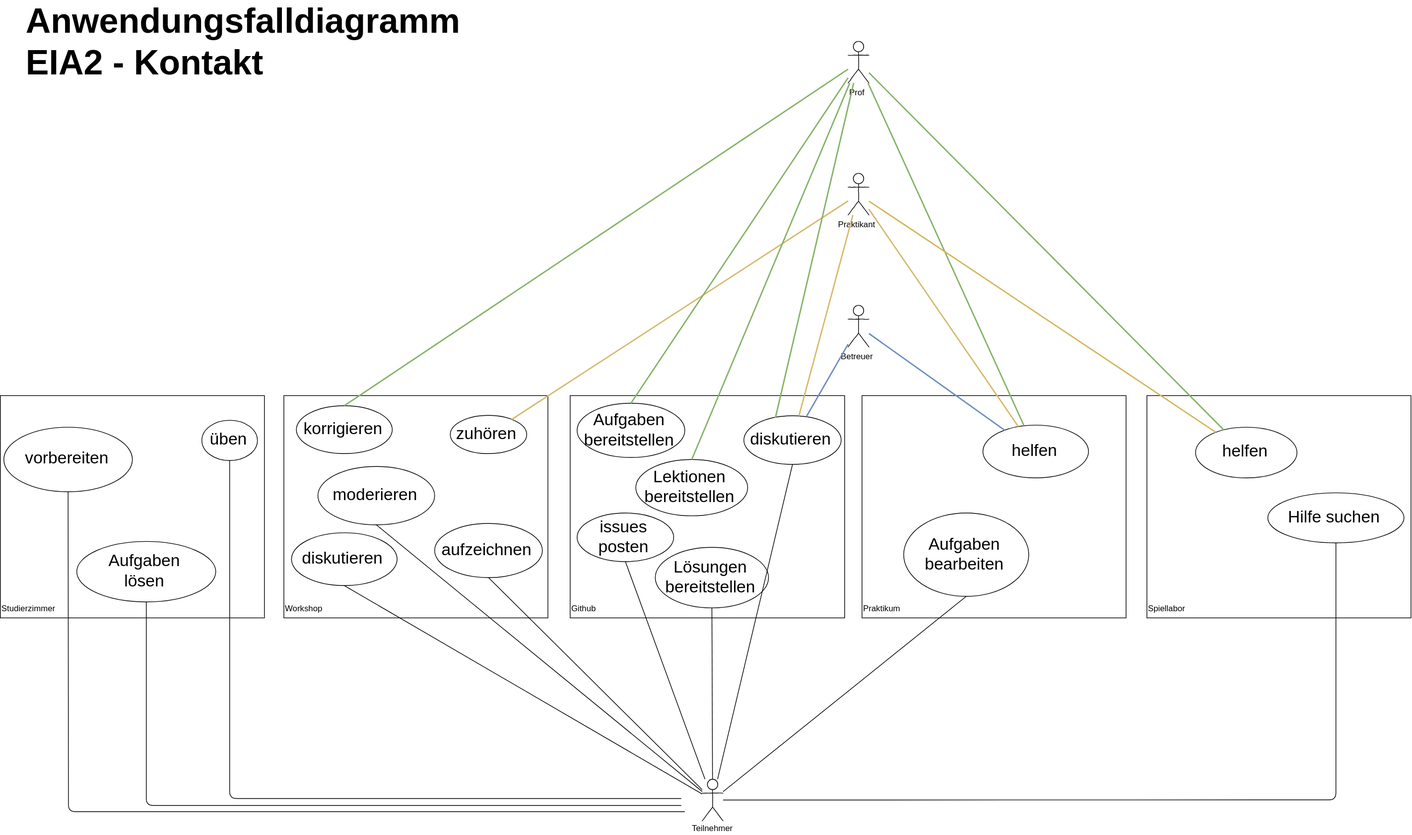
Before: X01_Appendix/UML/UCD_EIA2-Contact.svg, a diagram exported from draw.io (JirkaDellOro/EIA2-Inverted). Source tidied: cells renumbered, new cells last; positions are measured from the earlier drawing's top-left corner, leaving out a move shared by most shapes. Source of this version:
```xml
<mxGraphModel>
  <root>
    <mxCell id="0" />
    <mxCell id="1" parent="0" />
    <mxCell id="2" value="Praktikum" style="rounded=0;whiteSpace=wrap;html=1;align=left;verticalAlign=bottom;" parent="1" vertex="1">
      <mxGeometry x="1240" y="520" width="380" height="320" as="geometry" />
    </mxCell>
    <mxCell id="3" value="Workshop" style="rounded=0;whiteSpace=wrap;html=1;align=left;verticalAlign=bottom;" parent="1" vertex="1">
      <mxGeometry x="408" y="520" width="380" height="320" as="geometry" />
    </mxCell>
    <mxCell id="4" value="Praktikant" style="shape=umlActor;verticalLabelPosition=bottom;labelBackgroundColor=#ffffff;verticalAlign=top;html=1;rounded=1;shadow=0;comic=1;strokeWidth=1;comic=1;" parent="1" vertex="1">
      <mxGeometry x="1220" y="200" width="30" height="60" as="geometry" />
    </mxCell>
    <mxCell id="5" value="Prof" style="shape=umlActor;verticalLabelPosition=bottom;labelBackgroundColor=#ffffff;verticalAlign=top;html=1;rounded=1;shadow=0;comic=1;strokeWidth=1;comic=1;" parent="1" vertex="1">
      <mxGeometry x="1220" y="10" width="30" height="60" as="geometry" />
    </mxCell>
    <mxCell id="6" value="Betreuer" style="shape=umlActor;verticalLabelPosition=bottom;labelBackgroundColor=#ffffff;verticalAlign=top;html=1;rounded=1;shadow=0;comic=1;strokeWidth=1;comic=1;" parent="1" vertex="1">
      <mxGeometry x="1220" y="390" width="30" height="60" as="geometry" />
    </mxCell>
    <mxCell id="7" value="&lt;font style=&quot;font-size: 24px&quot;&gt;zuhören&lt;/font&gt;" style="ellipse;whiteSpace=wrap;html=1;rounded=1;shadow=0;strokeWidth=1;comic=1;" parent="1" vertex="1">
      <mxGeometry x="647.5" y="548.5" width="110" height="55" as="geometry" />
    </mxCell>
    <mxCell id="8" value="&lt;font style=&quot;font-size: 24px&quot;&gt;korrigieren&lt;/font&gt;" style="ellipse;whiteSpace=wrap;html=1;rounded=1;shadow=0;strokeWidth=1;comic=1;" parent="1" vertex="1">
      <mxGeometry x="426" y="534.5" width="138" height="69" as="geometry" />
    </mxCell>
    <mxCell id="9" value="&lt;font style=&quot;font-size: 24px&quot;&gt;diskutieren&lt;/font&gt;" style="ellipse;whiteSpace=wrap;html=1;rounded=1;shadow=0;strokeWidth=1;comic=1;" parent="1" vertex="1">
      <mxGeometry x="419" y="717.5" width="152" height="76" as="geometry" />
    </mxCell>
    <mxCell id="10" value="&lt;font style=&quot;font-size: 24px&quot;&gt;moderieren&lt;/font&gt;" style="ellipse;whiteSpace=wrap;html=1;rounded=1;shadow=0;strokeWidth=1;comic=1;" parent="1" vertex="1">
      <mxGeometry x="457" y="622" width="168" height="84" as="geometry" />
    </mxCell>
    <mxCell id="11" value="&lt;font style=&quot;font-size: 24px&quot;&gt;helfen&lt;/font&gt;" style="ellipse;whiteSpace=wrap;html=1;rounded=1;shadow=0;strokeWidth=1;comic=1;" parent="1" vertex="1">
      <mxGeometry x="1414" y="562.5" width="152" height="76" as="geometry" />
    </mxCell>
    <mxCell id="12" value="&lt;font style=&quot;font-size: 24px&quot;&gt;Aufgaben bearbeiten&lt;/font&gt;" style="ellipse;whiteSpace=wrap;html=1;rounded=1;shadow=0;strokeWidth=1;comic=1;" parent="1" vertex="1">
      <mxGeometry x="1300" y="689" width="180" height="120" as="geometry" />
    </mxCell>
    <mxCell id="13" value="Spiellabor" style="rounded=0;whiteSpace=wrap;html=1;align=left;verticalAlign=bottom;" parent="1" vertex="1">
      <mxGeometry x="1650" y="520" width="380" height="320" as="geometry" />
    </mxCell>
    <mxCell id="14" value="&lt;font style=&quot;font-size: 24px&quot;&gt;helfen&lt;/font&gt;" style="ellipse;whiteSpace=wrap;html=1;rounded=1;shadow=0;strokeWidth=1;comic=1;" parent="1" vertex="1">
      <mxGeometry x="1720" y="565.5" width="146" height="73" as="geometry" />
    </mxCell>
    <mxCell id="15" value="&lt;font style=&quot;font-size: 24px&quot;&gt;Hilfe suchen&lt;/font&gt;" style="ellipse;whiteSpace=wrap;html=1;rounded=1;shadow=0;strokeWidth=1;comic=1;" parent="1" vertex="1">
      <mxGeometry x="1824" y="660" width="196" height="72" as="geometry" />
    </mxCell>
    <mxCell id="16" style="shape=umlActor;verticalLabelPosition=bottom;labelBackgroundColor=#ffffff;verticalAlign=top;html=1;rounded=1;shadow=0;comic=1;strokeWidth=1;comic=1;" parent="1" vertex="1">
      <mxGeometry x="1010" y="1072.2" width="30" height="60" as="geometry" />
    </mxCell>
    <mxCell id="17" value="Studierzimmer" style="rounded=0;whiteSpace=wrap;html=1;align=left;verticalAlign=bottom;" parent="1" vertex="1">
      <mxGeometry y="520" width="380" height="320" as="geometry" />
    </mxCell>
    <mxCell id="18" value="&lt;font style=&quot;font-size: 24px&quot;&gt;Aufgaben&lt;br&gt;lösen&lt;/font&gt;" style="ellipse;whiteSpace=wrap;html=1;rounded=1;shadow=0;strokeWidth=1;comic=1;" parent="1" vertex="1">
      <mxGeometry x="110" y="730" width="200" height="87" as="geometry" />
    </mxCell>
    <mxCell id="19" value="&lt;font style=&quot;font-size: 24px&quot;&gt;üben&lt;/font&gt;" style="ellipse;whiteSpace=wrap;html=1;rounded=1;shadow=0;strokeWidth=1;comic=1;" parent="1" vertex="1">
      <mxGeometry x="290" y="555.5" width="80" height="58" as="geometry" />
    </mxCell>
    <mxCell id="20" value="&lt;font style=&quot;font-size: 24px&quot;&gt;vorbereiten&lt;/font&gt;" style="ellipse;whiteSpace=wrap;html=1;rounded=1;shadow=0;strokeWidth=1;comic=1;" parent="1" vertex="1">
      <mxGeometry x="5" y="565.5" width="185" height="93" as="geometry" />
    </mxCell>
    <mxCell id="21" value="Github" style="rounded=0;whiteSpace=wrap;html=1;align=left;verticalAlign=bottom;" parent="1" vertex="1">
      <mxGeometry x="820" y="520" width="395" height="320" as="geometry" />
    </mxCell>
    <mxCell id="22" value="&lt;font style=&quot;font-size: 24px&quot;&gt;issues posten&lt;/font&gt;" style="ellipse;whiteSpace=wrap;html=1;rounded=1;shadow=0;strokeWidth=1;comic=1;" parent="1" vertex="1">
      <mxGeometry x="830" y="689" width="139" height="70" as="geometry" />
    </mxCell>
    <mxCell id="23" value="&lt;font style=&quot;font-size: 24px&quot;&gt;diskutieren&lt;/font&gt;" style="ellipse;whiteSpace=wrap;html=1;rounded=1;shadow=0;strokeWidth=1;comic=1;" parent="1" vertex="1">
      <mxGeometry x="1070" y="549" width="140" height="70" as="geometry" />
    </mxCell>
    <mxCell id="24" value="&lt;font style=&quot;font-size: 24px&quot;&gt;Lösungen bereitstellen&lt;/font&gt;" style="ellipse;whiteSpace=wrap;html=1;rounded=1;shadow=0;strokeWidth=1;comic=1;" parent="1" vertex="1">
      <mxGeometry x="942.5" y="738.5" width="163" height="87" as="geometry" />
    </mxCell>
    <mxCell id="25" value="&lt;font style=&quot;font-size: 24px&quot;&gt;Aufgaben bereitstellen&lt;/font&gt;" style="ellipse;whiteSpace=wrap;html=1;rounded=1;shadow=0;strokeWidth=1;comic=1;" parent="1" vertex="1">
      <mxGeometry x="830" y="531" width="155" height="78" as="geometry" />
    </mxCell>
    <mxCell id="26" style="endArrow=none;html=1;exitX=0.5;exitY=0;exitDx=0;exitDy=0;fillColor=#d5e8d4;strokeColor=#82b366;strokeWidth=2;" parent="1" edge="1" source="8" target="5">
      <mxGeometry relative="1" as="geometry" />
    </mxCell>
    <mxCell id="27" style="endArrow=none;html=1;fillColor=#d5e8d4;strokeColor=#82b366;strokeWidth=2;" parent="1" edge="1" source="11" target="5">
      <mxGeometry relative="1" as="geometry" />
    </mxCell>
    <mxCell id="28" style="endArrow=none;html=1;fillColor=#fff2cc;strokeColor=#D6B96B;strokeWidth=2;" parent="1" edge="1" source="11" target="4">
      <mxGeometry relative="1" as="geometry" />
    </mxCell>
    <mxCell id="29" style="endArrow=none;html=1;fillColor=#ffe6cc;strokeColor=#D6B96B;strokeWidth=2;" parent="1" edge="1" source="7" target="4">
      <mxGeometry relative="1" as="geometry" />
    </mxCell>
    <mxCell id="30" style="endArrow=none;html=1;exitX=0.324;exitY=0.042;exitDx=0;exitDy=0;exitPerimeter=0;fillColor=#d5e8d4;strokeColor=#82b366;strokeWidth=2;" parent="1" edge="1" source="23" target="5">
      <mxGeometry relative="1" as="geometry" />
    </mxCell>
    <mxCell id="31" style="endArrow=none;html=1;fillColor=#dae8fc;strokeColor=#6c8ebf;strokeWidth=2;" parent="1" edge="1" source="23" target="6">
      <mxGeometry relative="1" as="geometry" />
    </mxCell>
    <mxCell id="32" style="endArrow=none;html=1;fillColor=#ffe6cc;strokeColor=#D6B96B;strokeWidth=2;" parent="1" edge="1" source="23" target="4">
      <mxGeometry relative="1" as="geometry" />
    </mxCell>
    <mxCell id="33" value="Teilnehmer" style="text;html=1;strokeColor=none;fillColor=none;align=center;verticalAlign=middle;whiteSpace=wrap;rounded=0;" parent="1" vertex="1">
      <mxGeometry x="1004" y="1132" width="40" height="20" as="geometry" />
    </mxCell>
    <mxCell id="34" style="endArrow=none;html=1;entryX=0.5;entryY=1;entryDx=0;entryDy=0;" parent="1" edge="1" source="16" target="10">
      <mxGeometry relative="1" as="geometry" />
    </mxCell>
    <mxCell id="35" style="endArrow=none;html=1;exitX=0.5;exitY=1;exitDx=0;exitDy=0;" parent="1" edge="1" source="20">
      <mxGeometry relative="1" as="geometry">
        <mxPoint x="985" y="1119" as="targetPoint" />
        <Array as="points">
          <mxPoint x="98" y="1119" />
        </Array>
      </mxGeometry>
    </mxCell>
    <mxCell id="36" style="endArrow=none;html=1;entryX=0.5;entryY=1;entryDx=0;entryDy=0;" parent="1" edge="1" source="16" target="12">
      <mxGeometry relative="1" as="geometry" />
    </mxCell>
    <mxCell id="37" style="endArrow=none;html=1;entryX=0.5;entryY=1;entryDx=0;entryDy=0;" parent="1" edge="1" source="16" target="23">
      <mxGeometry relative="1" as="geometry" />
    </mxCell>
    <mxCell id="38" style="endArrow=none;html=1;entryX=0.5;entryY=1;entryDx=0;entryDy=0;" parent="1" edge="1" source="16" target="24">
      <mxGeometry relative="1" as="geometry" />
    </mxCell>
    <mxCell id="39" style="endArrow=none;html=1;entryX=0.5;entryY=1;entryDx=0;entryDy=0;" parent="1" edge="1" source="16" target="22">
      <mxGeometry relative="1" as="geometry" />
    </mxCell>
    <mxCell id="40" value="&lt;font style=&quot;font-size: 24px&quot;&gt;aufzeichnen&lt;/font&gt;" style="ellipse;whiteSpace=wrap;html=1;rounded=1;shadow=0;strokeWidth=1;comic=1;" parent="1" vertex="1">
      <mxGeometry x="625" y="704" width="155" height="78" as="geometry" />
    </mxCell>
    <mxCell id="41" style="endArrow=none;html=1;exitX=0.5;exitY=0;exitDx=0;exitDy=0;fillColor=#d5e8d4;strokeColor=#82b366;strokeWidth=2;" parent="1" edge="1" source="25" target="5">
      <mxGeometry relative="1" as="geometry" />
    </mxCell>
    <mxCell id="42" style="endArrow=none;html=1;fillColor=#dae8fc;strokeColor=#6c8ebf;strokeWidth=2;" parent="1" edge="1" source="11" target="6">
      <mxGeometry relative="1" as="geometry" />
    </mxCell>
    <mxCell id="43" style="endArrow=none;html=1;strokeColor=#000000;strokeWidth=1;entryX=0.5;entryY=1;entryDx=0;entryDy=0;" parent="1" edge="1" source="16" target="40">
      <mxGeometry relative="1" as="geometry" />
    </mxCell>
    <mxCell id="44" style="endArrow=none;html=1;strokeColor=#d6b656;strokeWidth=2;fillColor=#fff2cc;" parent="1" edge="1" source="4" target="14">
      <mxGeometry relative="1" as="geometry" />
    </mxCell>
    <mxCell id="45" style="endArrow=none;html=1;strokeColor=#82b366;strokeWidth=2;fillColor=#d5e8d4;" parent="1" edge="1" source="5" target="14">
      <mxGeometry relative="1" as="geometry" />
    </mxCell>
    <mxCell id="46" style="endArrow=none;html=1;strokeColor=#000000;strokeWidth=1;entryX=0.5;entryY=1;entryDx=0;entryDy=0;" parent="1" edge="1" source="16" target="15">
      <mxGeometry relative="1" as="geometry">
        <Array as="points">
          <mxPoint x="1922" y="1102" />
        </Array>
      </mxGeometry>
    </mxCell>
    <mxCell id="47" value="&lt;font style=&quot;font-size: 24px&quot;&gt;Lektionen&lt;br&gt;bereitstellen&lt;br&gt;&lt;/font&gt;" style="ellipse;whiteSpace=wrap;html=1;rounded=1;shadow=0;strokeWidth=1;comic=1;" parent="1" vertex="1">
      <mxGeometry x="914.5" y="612" width="161" height="81" as="geometry" />
    </mxCell>
    <mxCell id="48" style="endArrow=none;html=1;exitX=0.5;exitY=0;exitDx=0;exitDy=0;fillColor=#d5e8d4;strokeColor=#82b366;strokeWidth=2;" parent="1" edge="1" source="47" target="5">
      <mxGeometry relative="1" as="geometry" />
    </mxCell>
    <mxCell id="49" value="&lt;b style=&quot;font-size: 50px&quot;&gt;Anwendungsfalldiagramm&lt;br&gt;EIA2 - Kontakt&lt;/b&gt;" style="text;html=1;strokeColor=none;fillColor=none;align=left;verticalAlign=middle;whiteSpace=wrap;rounded=0;" parent="1" vertex="1">
      <mxGeometry x="35" width="40" height="20" as="geometry" />
    </mxCell>
    <mxCell id="50" style="endArrow=none;html=1;strokeColor=#000000;strokeWidth=1;exitX=0.5;exitY=1;exitDx=0;exitDy=0;" parent="1" edge="1" source="9" target="16">
      <mxGeometry relative="1" as="geometry" />
    </mxCell>
    <mxCell id="51" style="endArrow=none;html=1;strokeColor=#000000;strokeWidth=1;entryX=0.5;entryY=1;entryDx=0;entryDy=0;" parent="1" edge="1" target="18">
      <mxGeometry relative="1" as="geometry">
        <mxPoint x="980" y="1110" as="sourcePoint" />
        <Array as="points">
          <mxPoint x="210" y="1110" />
        </Array>
      </mxGeometry>
    </mxCell>
    <mxCell id="52" style="endArrow=none;html=1;strokeColor=#000000;strokeWidth=1;entryX=0.5;entryY=1;entryDx=0;entryDy=0;" parent="1" edge="1" target="19">
      <mxGeometry relative="1" as="geometry">
        <mxPoint x="980" y="1100" as="sourcePoint" />
        <Array as="points">
          <mxPoint x="330" y="1100" />
        </Array>
      </mxGeometry>
    </mxCell>
  </root>
</mxGraphModel>
```
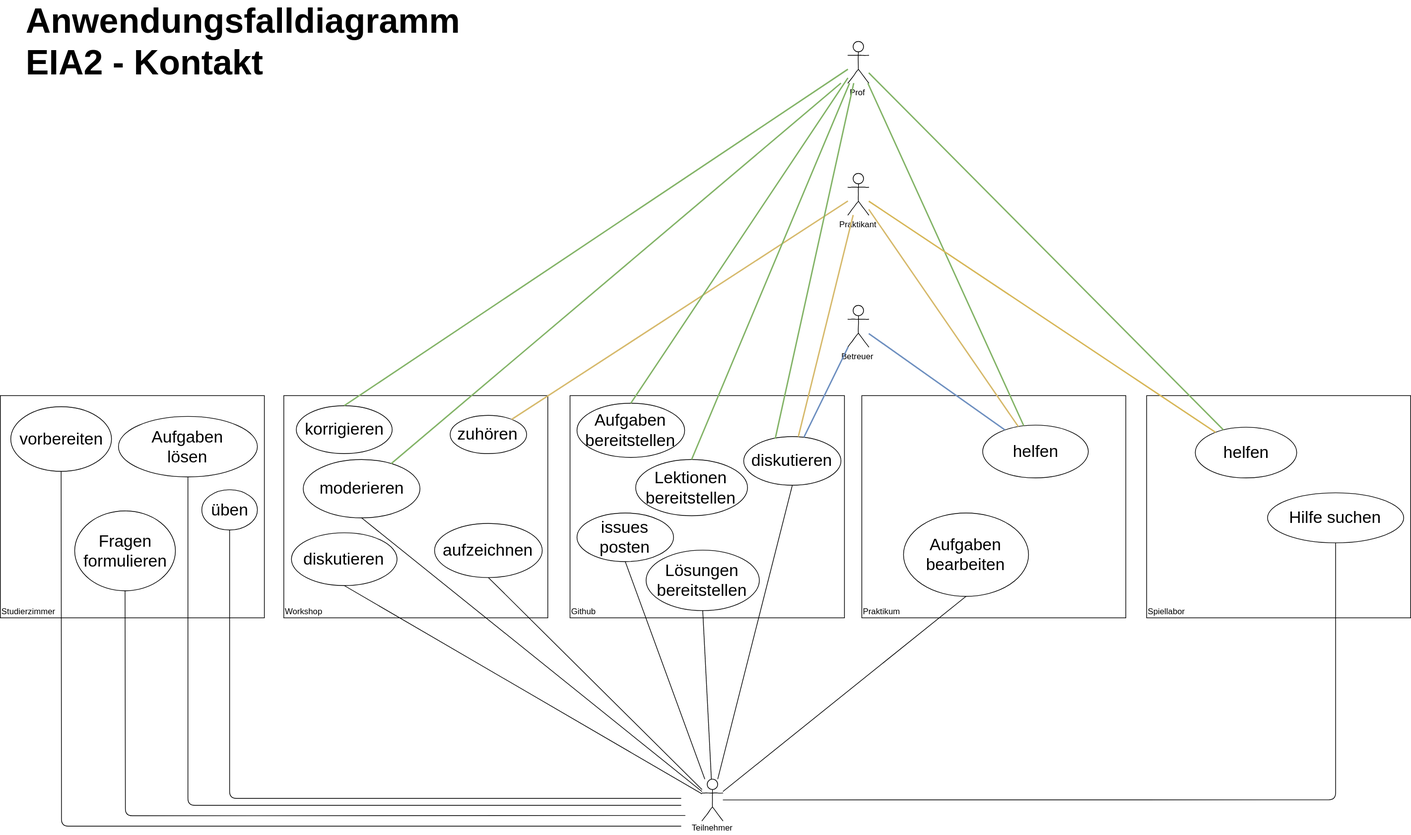
After the commit.

Commit message:
Preface aktualisiert

The edit, as a diff of the source:
```diff
@@ -27,7 +27,7 @@
       <mxGeometry x="419" y="717.5" width="152" height="76" as="geometry" />
     </mxCell>
     <mxCell id="10" value="&lt;font style=&quot;font-size: 24px&quot;&gt;moderieren&lt;/font&gt;" style="ellipse;whiteSpace=wrap;html=1;rounded=1;shadow=0;strokeWidth=1;comic=1;" parent="1" vertex="1">
-      <mxGeometry x="457" y="622" width="168" height="84" as="geometry" />
+      <mxGeometry x="436" y="612" width="168" height="84" as="geometry" />
     </mxCell>
     <mxCell id="11" value="&lt;font style=&quot;font-size: 24px&quot;&gt;helfen&lt;/font&gt;" style="ellipse;whiteSpace=wrap;html=1;rounded=1;shadow=0;strokeWidth=1;comic=1;" parent="1" vertex="1">
       <mxGeometry x="1414" y="562.5" width="152" height="76" as="geometry" />
@@ -51,13 +51,13 @@
       <mxGeometry y="520" width="380" height="320" as="geometry" />
     </mxCell>
     <mxCell id="18" value="&lt;font style=&quot;font-size: 24px&quot;&gt;Aufgaben&lt;br&gt;lösen&lt;/font&gt;" style="ellipse;whiteSpace=wrap;html=1;rounded=1;shadow=0;strokeWidth=1;comic=1;" parent="1" vertex="1">
-      <mxGeometry x="110" y="730" width="200" height="87" as="geometry" />
+      <mxGeometry x="170" y="550" width="200" height="87" as="geometry" />
     </mxCell>
     <mxCell id="19" value="&lt;font style=&quot;font-size: 24px&quot;&gt;üben&lt;/font&gt;" style="ellipse;whiteSpace=wrap;html=1;rounded=1;shadow=0;strokeWidth=1;comic=1;" parent="1" vertex="1">
-      <mxGeometry x="290" y="555.5" width="80" height="58" as="geometry" />
+      <mxGeometry x="290" y="655.5" width="80" height="58" as="geometry" />
     </mxCell>
     <mxCell id="20" value="&lt;font style=&quot;font-size: 24px&quot;&gt;vorbereiten&lt;/font&gt;" style="ellipse;whiteSpace=wrap;html=1;rounded=1;shadow=0;strokeWidth=1;comic=1;" parent="1" vertex="1">
-      <mxGeometry x="5" y="565.5" width="185" height="93" as="geometry" />
+      <mxGeometry x="15" y="536" width="145" height="93" as="geometry" />
     </mxCell>
     <mxCell id="21" value="Github" style="rounded=0;whiteSpace=wrap;html=1;align=left;verticalAlign=bottom;" parent="1" vertex="1">
       <mxGeometry x="820" y="520" width="395" height="320" as="geometry" />
@@ -66,10 +66,10 @@
       <mxGeometry x="830" y="689" width="139" height="70" as="geometry" />
     </mxCell>
     <mxCell id="23" value="&lt;font style=&quot;font-size: 24px&quot;&gt;diskutieren&lt;/font&gt;" style="ellipse;whiteSpace=wrap;html=1;rounded=1;shadow=0;strokeWidth=1;comic=1;" parent="1" vertex="1">
-      <mxGeometry x="1070" y="549" width="140" height="70" as="geometry" />
+      <mxGeometry x="1070" y="579" width="140" height="70" as="geometry" />
     </mxCell>
     <mxCell id="24" value="&lt;font style=&quot;font-size: 24px&quot;&gt;Lösungen bereitstellen&lt;/font&gt;" style="ellipse;whiteSpace=wrap;html=1;rounded=1;shadow=0;strokeWidth=1;comic=1;" parent="1" vertex="1">
-      <mxGeometry x="942.5" y="738.5" width="163" height="87" as="geometry" />
+      <mxGeometry x="929.5" y="742.5" width="163" height="87" as="geometry" />
     </mxCell>
     <mxCell id="25" value="&lt;font style=&quot;font-size: 24px&quot;&gt;Aufgaben bereitstellen&lt;/font&gt;" style="ellipse;whiteSpace=wrap;html=1;rounded=1;shadow=0;strokeWidth=1;comic=1;" parent="1" vertex="1">
       <mxGeometry x="830" y="531" width="155" height="78" as="geometry" />
@@ -103,9 +103,9 @@
     </mxCell>
     <mxCell id="35" style="endArrow=none;html=1;exitX=0.5;exitY=1;exitDx=0;exitDy=0;" parent="1" edge="1" source="20">
       <mxGeometry relative="1" as="geometry">
-        <mxPoint x="985" y="1119" as="targetPoint" />
+        <mxPoint x="980" y="1140" as="targetPoint" />
         <Array as="points">
-          <mxPoint x="98" y="1119" />
+          <mxPoint x="88" y="1140" />
         </Array>
       </mxGeometry>
     </mxCell>
@@ -162,7 +162,7 @@
       <mxGeometry relative="1" as="geometry">
         <mxPoint x="980" y="1110" as="sourcePoint" />
         <Array as="points">
-          <mxPoint x="210" y="1110" />
+          <mxPoint x="270" y="1110" />
         </Array>
       </mxGeometry>
     </mxCell>
@@ -174,5 +174,21 @@
         </Array>
       </mxGeometry>
     </mxCell>
+    <mxCell id="53" value="&lt;font style=&quot;font-size: 24px&quot;&gt;Fragen&lt;br&gt;formulieren&lt;br&gt;&lt;/font&gt;" style="ellipse;whiteSpace=wrap;html=1;rounded=1;shadow=0;strokeWidth=1;comic=1;" parent="1" vertex="1">
+      <mxGeometry x="107" y="686" width="145" height="115" as="geometry" />
+    </mxCell>
+    <mxCell id="54" style="endArrow=none;html=1;exitX=0.5;exitY=1;exitDx=0;exitDy=0;" parent="1" edge="1" source="53">
+      <mxGeometry relative="1" as="geometry">
+        <mxPoint x="986" y="1124.5" as="targetPoint" />
+        <Array as="points">
+          <mxPoint x="180" y="1125" />
+        </Array>
+      </mxGeometry>
+    </mxCell>
+    <mxCell id="55" style="endArrow=none;html=1;fillColor=#d5e8d4;strokeColor=#82b366;strokeWidth=2;" parent="1" edge="1" source="10">
+      <mxGeometry relative="1" as="geometry">
+        <mxPoint x="1210" y="70" as="targetPoint" />
+      </mxGeometry>
+    </mxCell>
   </root>
 </mxGraphModel>
```
